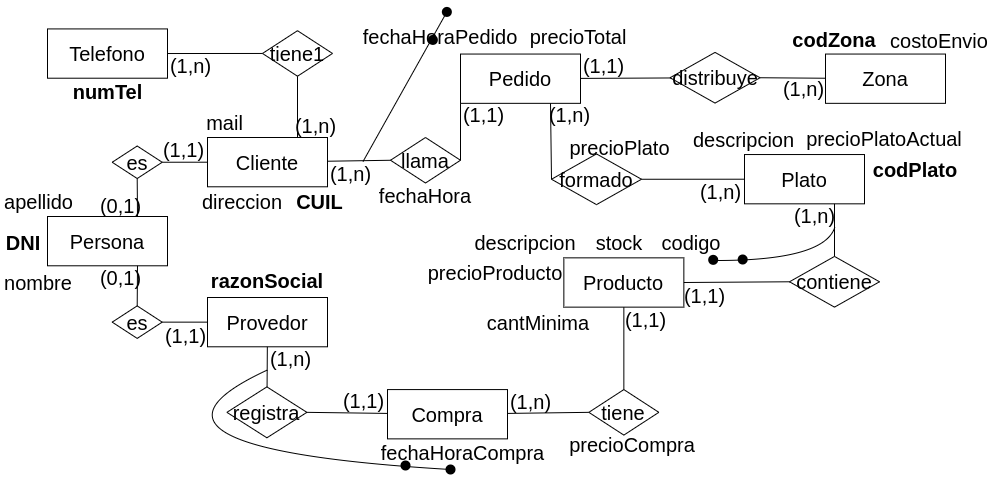
This is Practica/Practica2/Parte1/drawios-png/ejercicio04P2_Logico.drawio.png from c97Ernesto/DisenioBasesDatos, a draw.io export, as it was before one commit. Source tidied: cells renumbered, new cells last; positions are measured from the earlier drawing's top-left corner, leaving out a move shared by most shapes.
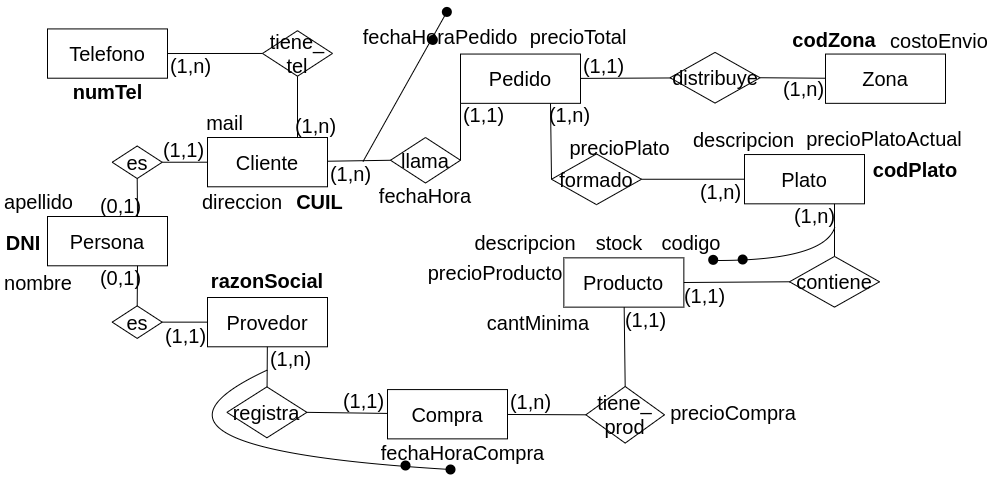
The same diagram one commit later.

What changed in the source:
```diff
@@ -92,8 +92,8 @@
     <mxCell id="31" value="fechaHoraCompra" style="text;html=1;strokeColor=none;fillColor=none;align=center;verticalAlign=middle;whiteSpace=wrap;rounded=0;fontSize=20;rotation=0;fontStyle=0;" parent="1" vertex="1">
       <mxGeometry x="380.6" y="436.3" width="165" height="30" as="geometry" />
     </mxCell>
-    <mxCell id="32" value="tiene" style="shape=rhombus;perimeter=rhombusPerimeter;whiteSpace=wrap;html=1;align=center;fontSize=20;" parent="1" vertex="1">
-      <mxGeometry x="589.4" y="388.1" width="70" height="45.5" as="geometry" />
+    <mxCell id="32" value="tiene_&lt;br&gt;prod" style="shape=rhombus;perimeter=rhombusPerimeter;whiteSpace=wrap;html=1;align=center;fontSize=20;" parent="1" vertex="1">
+      <mxGeometry x="586.4" y="385" width="78.7" height="56.6" as="geometry" />
     </mxCell>
     <mxCell id="33" style="endArrow=none;html=1;rounded=0;fontSize=20;entryX=0.5;entryY=0;entryDx=0;entryDy=0;" parent="1" edge="1" source="19" target="32">
       <mxGeometry relative="1" as="geometry" />
@@ -102,7 +102,7 @@
       <mxGeometry relative="1" as="geometry" />
     </mxCell>
     <mxCell id="35" value="precioCompra" style="text;html=1;strokeColor=none;fillColor=none;align=center;verticalAlign=middle;whiteSpace=wrap;rounded=0;fontSize=20;rotation=0;fontStyle=0;" parent="1" vertex="1">
-      <mxGeometry x="564" y="428" width="138" height="30" as="geometry" />
+      <mxGeometry x="665" y="395.8" width="138" height="30" as="geometry" />
     </mxCell>
     <mxCell id="36" value="&lt;b&gt;razonSocial&lt;/b&gt;" style="text;html=1;strokeColor=none;fillColor=none;align=center;verticalAlign=middle;whiteSpace=wrap;rounded=0;fontSize=20;rotation=0;fontStyle=0;" parent="1" vertex="1">
       <mxGeometry x="209.2" y="264.3" width="117.7" height="30" as="geometry" />
@@ -216,7 +216,7 @@
     <mxCell id="69" value="Telefono" style="whiteSpace=wrap;html=1;align=center;fontSize=20;" parent="1" vertex="1">
       <mxGeometry x="48" y="27.4" width="120" height="49.3" as="geometry" />
     </mxCell>
-    <mxCell id="70" value="tiene1" style="shape=rhombus;perimeter=rhombusPerimeter;whiteSpace=wrap;html=1;align=center;fontSize=20;" parent="1" vertex="1">
+    <mxCell id="70" value="tiene_&lt;br&gt;tel" style="shape=rhombus;perimeter=rhombusPerimeter;whiteSpace=wrap;html=1;align=center;fontSize=20;" parent="1" vertex="1">
       <mxGeometry x="263" y="29.2" width="70" height="45.5" as="geometry" />
     </mxCell>
     <mxCell id="71" value="es" style="shape=rhombus;perimeter=rhombusPerimeter;whiteSpace=wrap;html=1;align=center;fontSize=20;" parent="1" vertex="1">
```
